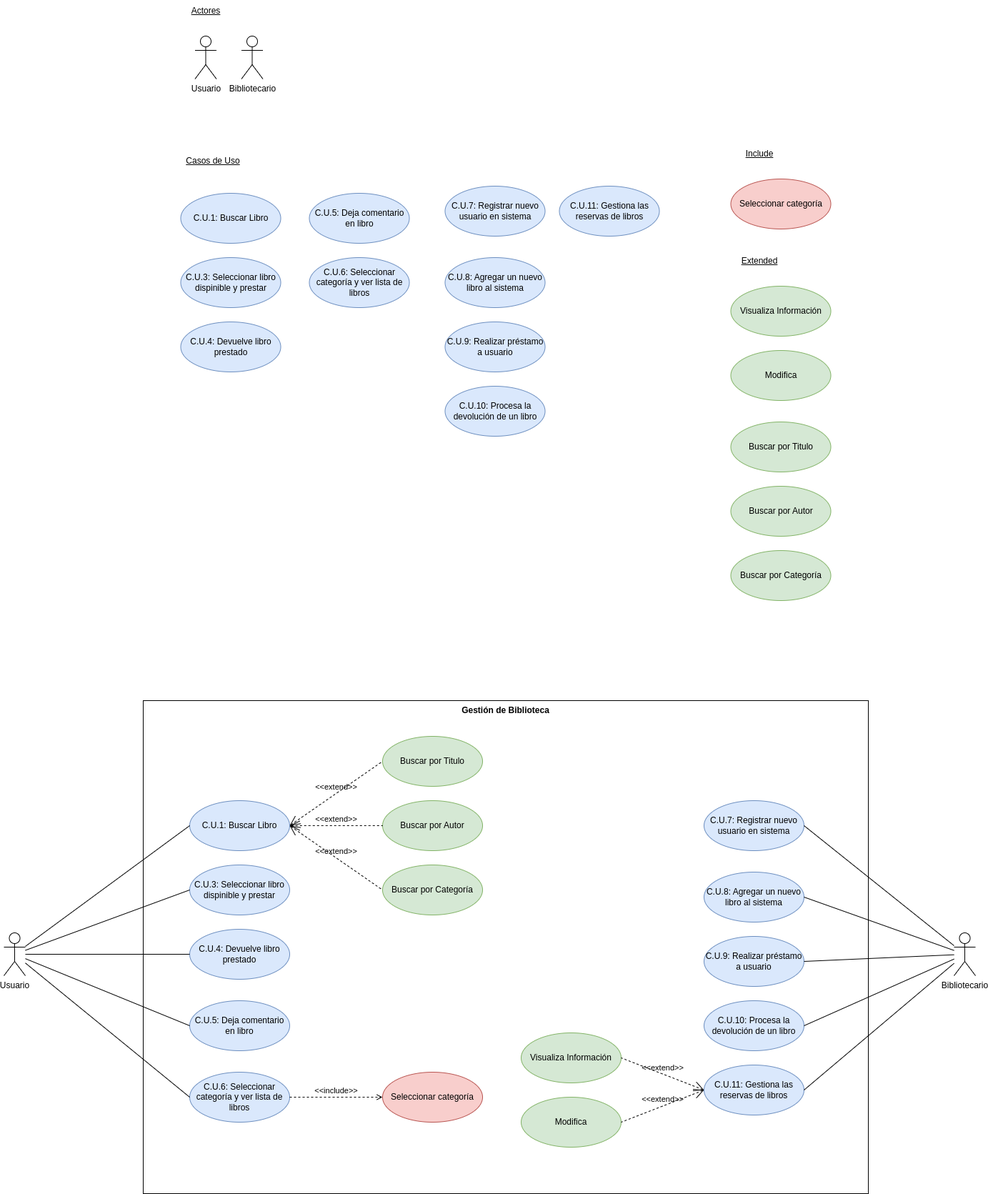
Above: diagramas/Diagrama_CasosUso/DiagramaCasosUso.png in PeterMartEsc/proyecto_biblioteca (draw.io), before the change. Source tidied: cells renumbered, new cells last; positions are measured from the earlier drawing's top-left corner, leaving out a move shared by most shapes.
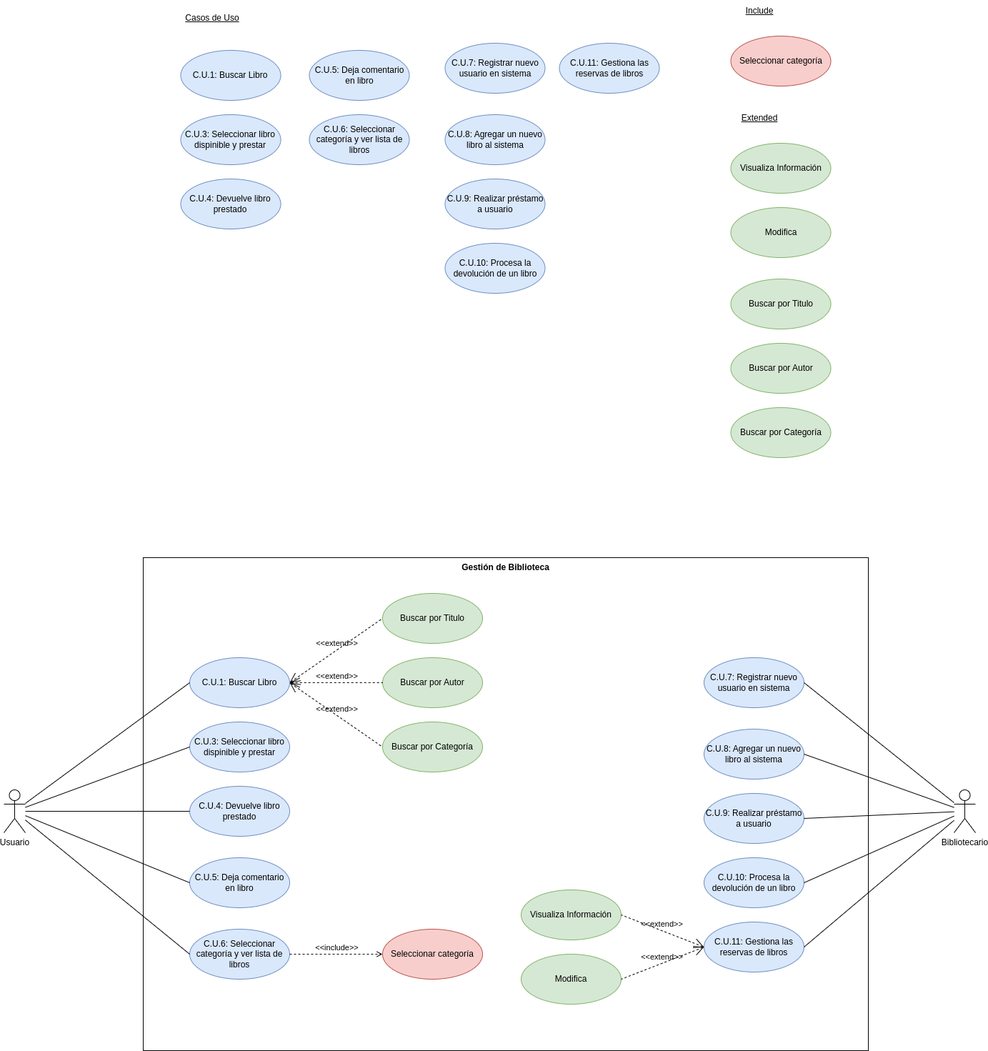
Later version of the same file.

Diff of the diagram source:
```diff
@@ -2,15 +2,6 @@
   <root>
     <mxCell id="0" />
     <mxCell id="1" parent="0" />
-    <mxCell id="2" value="Usuario" style="shape=umlActor;html=1;verticalLabelPosition=bottom;verticalAlign=top;align=center;" parent="1" vertex="1">
-      <mxGeometry x="267.5" y="50" width="30" height="60" as="geometry" />
-    </mxCell>
-    <mxCell id="3" value="Bibliotecario" style="shape=umlActor;html=1;verticalLabelPosition=bottom;verticalAlign=top;align=center;" parent="1" vertex="1">
-      <mxGeometry x="332.5" y="50" width="30" height="60" as="geometry" />
-    </mxCell>
-    <mxCell id="4" value="&lt;u&gt;Actores&lt;/u&gt;" style="text;html=1;strokeColor=none;fillColor=none;align=center;verticalAlign=middle;whiteSpace=wrap;rounded=0;" parent="1" vertex="1">
-      <mxGeometry x="252.5" width="60" height="30" as="geometry" />
-    </mxCell>
     <mxCell id="5" value="C.U.1: Buscar Libro" style="ellipse;whiteSpace=wrap;html=1;fillColor=#dae8fc;strokeColor=#6c8ebf;" parent="1" vertex="1">
       <mxGeometry x="247.5" y="270" width="140" height="70" as="geometry" />
     </mxCell>
```
